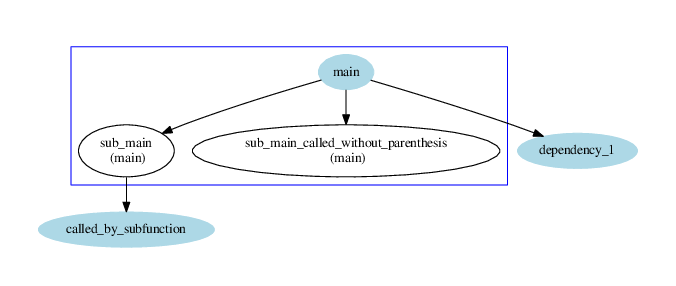
Earlier version of the Graphviz export readme_figures/readme_fig3.png (KaeroDot/mDepGen). Its source is kept beside it as readme_figures/readme_fig3.dot.
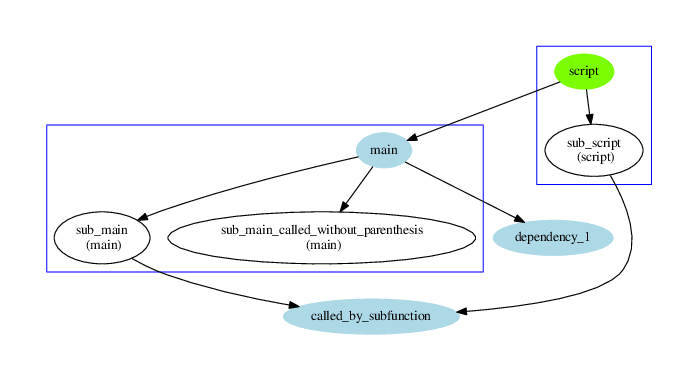
After the commit.

Diff of the diagram source:
```diff
@@ -2,6 +2,7 @@
 digraph dep {
 node [shape = oval];
 /* start of shape definitions */
+"script" [color=lawngreen, style=filled];
 "main" [color=lightblue, style=filled];
 "dependency_1" [color=lightblue, style=filled];
 "called_by_subfunction" [color=lightblue, style=filled];
@@ -13,9 +14,17 @@
     "sub_main\n (main)";
     "sub_main_called_without_parenthesis\n (main)";
 }
+subgraph cluster004 {
+color=blue;
+    "script";
+    "sub_script\n (script)";
+}
 /* end of subgraph definitions */
+"script" -> "main" ;
 "main" -> "dependency_1" ;
 "main" -> "sub_main\n (main)" ;
 "sub_main\n (main)" -> "called_by_subfunction" ;
 "main" -> "sub_main_called_without_parenthesis\n (main)" ;
+"script" -> "sub_script\n (script)" ;
+"sub_script\n (script)" -> "called_by_subfunction" ;
 }
```
